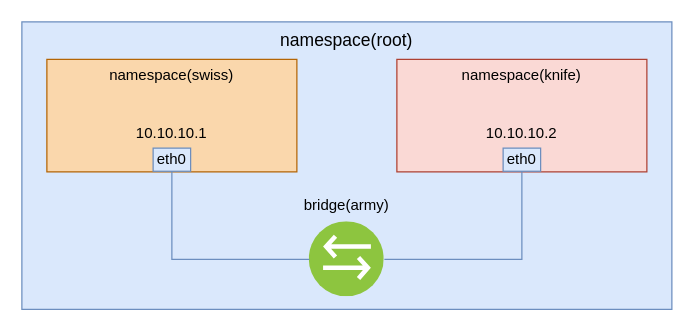
The draw.io diagram veth_and_bridge.drawio in qinxinliang/diagrams, before the edit. Source tidied: cells renumbered, new cells numbered last; positions are measured from the earlier drawing's top-left corner, leaving out a move shared by most shapes. Both pictures are drawn from the tidied source at 125%, with x=0, y=0 at pixel (21, 21).
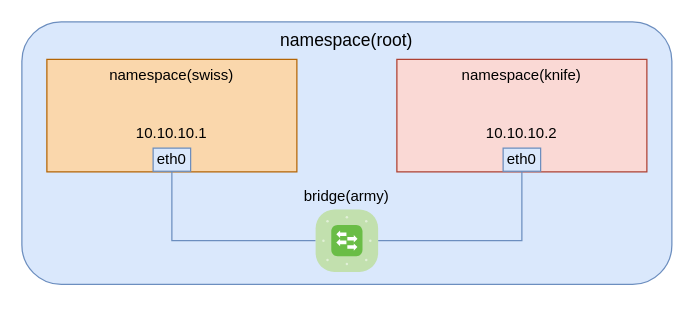
After the change.

What changed in the source:
```diff
@@
 <mxGraphModel>
   <root>
     <mxCell id="0" />
     <mxCell id="1" parent="0" />
-    <mxCell id="2" value="namespace(root)" style="whiteSpace=wrap;html=1;fillColor=#dae8fc;fontSize=14;strokeColor=#6c8ebf;verticalAlign=top;comic=0;" parent="1" vertex="1">
-      <mxGeometry width="520" height="230" as="geometry" />
+    <mxCell id="2" value="namespace(root)" style="whiteSpace=wrap;html=1;fillColor=#dae8fc;fontSize=14;strokeColor=#6c8ebf;verticalAlign=top;comic=0;rounded=1;glass=0;shadow=0;" parent="1" vertex="1">
+      <mxGeometry width="520" height="210" as="geometry" />
     </mxCell>
-    <mxCell id="3" style="rounded=0;whiteSpace=wrap;html=1;fillColor=#fad7ac;strokeColor=#b46504;comic=0;" parent="1" vertex="1">
+    <mxCell id="3" style="rounded=0;whiteSpace=wrap;html=1;fillColor=#fad7ac;strokeColor=#b46504;comic=0;glass=0;shadow=0;" parent="1" vertex="1">
       <mxGeometry x="20" y="30" width="200" height="90" as="geometry" />
     </mxCell>
-    <mxCell id="4" style="rounded=0;whiteSpace=wrap;html=1;fillColor=#fad9d5;strokeColor=#ae4132;comic=0;" parent="1" vertex="1">
+    <mxCell id="4" style="rounded=0;whiteSpace=wrap;html=1;fillColor=#fad9d5;strokeColor=#ae4132;comic=0;glass=0;shadow=0;" parent="1" vertex="1">
       <mxGeometry x="300" y="30" width="200" height="90" as="geometry" />
     </mxCell>
-    <mxCell id="5" style="perimeter=ellipsePerimeter;html=1;align=center;shadow=0;dashed=0;fontColor=#4277BB;labelBackgroundColor=#ffffff;fontSize=12;spacingTop=3;image;image=img/lib/ibm/vpc/Bridge.svg;strokeColor=default;comic=0;" parent="1" vertex="1">
-      <mxGeometry x="230" y="160" width="60" height="60" as="geometry" />
-    </mxCell>
     <mxCell id="6" value="eth0" style="rounded=0;whiteSpace=wrap;html=1;comic=0;strokeColor=#6c8ebf;fillColor=#dae8fc;" parent="1" vertex="1">
       <mxGeometry x="105" y="101" width="30" height="18.5" as="geometry" />
     </mxCell>
     <mxCell id="7" value="eth0" style="rounded=0;whiteSpace=wrap;html=1;comic=0;strokeColor=#6c8ebf;fillColor=#dae8fc;" parent="1" vertex="1">
       <mxGeometry x="385" y="101" width="30" height="18.5" as="geometry" />
     </mxCell>
-    <mxCell id="8" style="endArrow=none;html=1;entryX=0.5;entryY=1;entryDx=0;entryDy=0;exitX=0;exitY=0.5;exitDx=0;exitDy=0;strokeColor=#6c8ebf;rounded=0;fillColor=#dae8fc;strokeWidth=1;comic=0;" parent="1" edge="1" source="5" target="6">
+    <mxCell id="8" style="endArrow=none;html=1;entryX=0.5;entryY=1;entryDx=0;entryDy=0;exitX=0;exitY=0.5;exitDx=0;exitDy=0;strokeColor=#6c8ebf;rounded=0;fillColor=#dae8fc;strokeWidth=1;comic=0;exitPerimeter=0;" parent="1" edge="1" source="15" target="6">
       <mxGeometry relative="1" as="geometry">
         <Array as="points">
-          <mxPoint x="120" y="190" />
+          <mxPoint x="120" y="175" />
         </Array>
       </mxGeometry>
     </mxCell>
-    <mxCell id="9" style="endArrow=none;html=1;entryX=0.5;entryY=1;entryDx=0;entryDy=0;exitX=1;exitY=0.5;exitDx=0;exitDy=0;strokeColor=#6c8ebf;rounded=0;fillColor=#dae8fc;strokeWidth=1;comic=0;" parent="1" edge="1" source="5" target="7">
+    <mxCell id="9" style="endArrow=none;html=1;entryX=0.5;entryY=1;entryDx=0;entryDy=0;exitX=1;exitY=0.5;exitDx=0;exitDy=0;strokeColor=#6c8ebf;rounded=0;fillColor=#dae8fc;strokeWidth=1;comic=0;exitPerimeter=0;" parent="1" edge="1" source="15" target="7">
       <mxGeometry relative="1" as="geometry">
         <Array as="points">
-          <mxPoint x="400" y="190" />
+          <mxPoint x="400" y="175" />
         </Array>
       </mxGeometry>
     </mxCell>
     <mxCell id="10" value="namespace(swiss)" style="text;html=1;strokeColor=none;fillColor=none;align=center;verticalAlign=middle;whiteSpace=wrap;rounded=0;comic=0;" parent="1" vertex="1">
       <mxGeometry x="70" y="33" width="100" height="20" as="geometry" />
     </mxCell>
     <mxCell id="11" value="namespace(knife)" style="text;html=1;strokeColor=none;fillColor=none;align=center;verticalAlign=middle;whiteSpace=wrap;rounded=0;comic=0;" parent="1" vertex="1">
       <mxGeometry x="350" y="33" width="100" height="20" as="geometry" />
     </mxCell>
     <mxCell id="12" value="bridge(army)" style="text;html=1;strokeColor=none;fillColor=none;align=center;verticalAlign=middle;whiteSpace=wrap;rounded=0;comic=0;" parent="1" vertex="1">
-      <mxGeometry x="210" y="137" width="100" height="20" as="geometry" />
+      <mxGeometry x="210" y="130" width="100" height="20" as="geometry" />
     </mxCell>
     <mxCell id="13" value="10.10.10.1" style="text;html=1;strokeColor=none;fillColor=none;align=center;verticalAlign=middle;whiteSpace=wrap;rounded=0;comic=0;" parent="1" vertex="1">
       <mxGeometry x="70" y="79" width="100" height="20" as="geometry" />
     </mxCell>
     <mxCell id="14" value="10.10.10.2" style="text;html=1;strokeColor=none;fillColor=none;align=center;verticalAlign=middle;whiteSpace=wrap;rounded=0;comic=0;" parent="1" vertex="1">
       <mxGeometry x="350" y="79" width="100" height="20" as="geometry" />
     </mxCell>
+    <mxCell id="15" style="verticalLabelPosition=bottom;sketch=0;html=1;fillColor=#6ABD46;strokeColor=#ffffff;verticalAlign=top;align=center;points=[[0.085,0.085,0],[0.915,0.085,0],[0.915,0.915,0],[0.085,0.915,0],[0.25,0,0],[0.5,0,0],[0.75,0,0],[1,0.25,0],[1,0.5,0],[1,0.75,0],[0.75,1,0],[0.5,1,0],[0.25,1,0],[0,0.75,0],[0,0.5,0],[0,0.25,0]];shape=mxgraph.cisco_safe.compositeIcon;bgIcon=mxgraph.cisco_safe.architecture.generic_appliance;resIcon=mxgraph.cisco_safe.architecture.switch;" parent="1" vertex="1">
+      <mxGeometry x="235" y="150" width="50" height="50" as="geometry" />
+    </mxCell>
   </root>
 </mxGraphModel>
```
